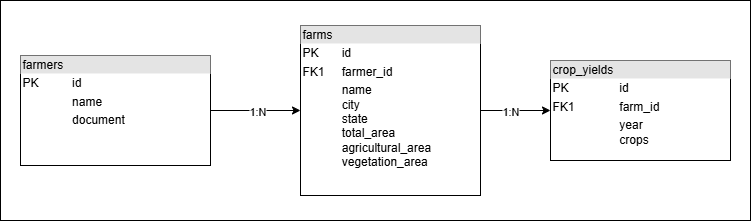
This is docs/assets/database/logical-model.png from gui10l1/brain-agriculture-backend, a draw.io export, as it was before one commit. Source tidied: cells renumbered, new cells last; positions are measured from the earlier drawing's top-left corner, leaving out a move shared by most shapes.
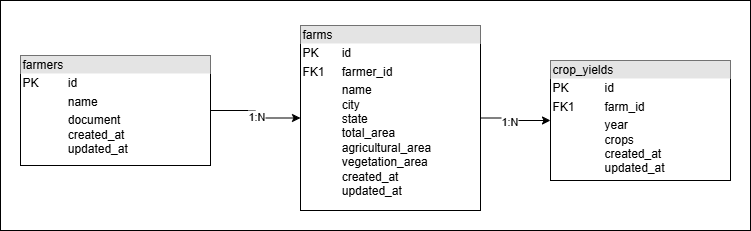
Later version of the same file.

Commit message:
update: logical database model

Diff of the diagram source:
```diff
@@ -3,7 +3,7 @@
     <mxCell id="0" />
     <mxCell id="1" parent="0" />
     <mxCell id="2" style="rounded=0;whiteSpace=wrap;html=1;" parent="1" vertex="1">
-      <mxGeometry width="750" height="220" as="geometry" />
+      <mxGeometry width="750" height="230" as="geometry" />
     </mxCell>
     <mxCell id="3" style="edgeStyle=orthogonalEdgeStyle;rounded=0;jettySize=auto;html=1;" parent="1" edge="1" source="5" target="8">
       <mxGeometry relative="1" as="geometry" />
@@ -11,7 +11,7 @@
     <mxCell id="4" value="1:N" style="edgeLabel;html=1;align=center;verticalAlign=middle;" parent="3" vertex="1">
       <mxGeometry x="0.02" relative="1" as="geometry" />
     </mxCell>
-    <mxCell id="5" value="&lt;div style=&quot;box-sizing: border-box; width: 100%; background: rgb(228, 228, 228); padding: 2px;&quot;&gt;farmers&lt;/div&gt;&lt;table style=&quot;width:100%;font-size:1em;&quot; cellpadding=&quot;2&quot; cellspacing=&quot;0&quot;&gt;&lt;tbody&gt;&lt;tr&gt;&lt;td&gt;PK&lt;/td&gt;&lt;td&gt;id&lt;/td&gt;&lt;/tr&gt;&lt;tr&gt;&lt;td&gt;&lt;br&gt;&lt;/td&gt;&lt;td&gt;name&lt;/td&gt;&lt;/tr&gt;&lt;tr&gt;&lt;td&gt;&lt;/td&gt;&lt;td&gt;document&lt;br&gt;&lt;br&gt;&lt;/td&gt;&lt;/tr&gt;&lt;/tbody&gt;&lt;/table&gt;" style="verticalAlign=top;align=left;overflow=fill;html=1;whiteSpace=wrap;" parent="1" vertex="1">
+    <mxCell id="5" value="&lt;div style=&quot;box-sizing: border-box; width: 100%; background: rgb(228, 228, 228); padding: 2px;&quot;&gt;farmers&lt;/div&gt;&lt;table style=&quot;width:100%;font-size:1em;&quot; cellpadding=&quot;2&quot; cellspacing=&quot;0&quot;&gt;&lt;tbody&gt;&lt;tr&gt;&lt;td&gt;PK&lt;/td&gt;&lt;td&gt;id&lt;/td&gt;&lt;/tr&gt;&lt;tr&gt;&lt;td&gt;&lt;br&gt;&lt;/td&gt;&lt;td&gt;name&lt;/td&gt;&lt;/tr&gt;&lt;tr&gt;&lt;td&gt;&lt;/td&gt;&lt;td&gt;document&lt;br&gt;created_at&lt;br&gt;updated_at&lt;br&gt;&lt;br&gt;&lt;/td&gt;&lt;/tr&gt;&lt;/tbody&gt;&lt;/table&gt;" style="verticalAlign=top;align=left;overflow=fill;html=1;whiteSpace=wrap;" parent="1" vertex="1">
       <mxGeometry x="20" y="55" width="190" height="110" as="geometry" />
     </mxCell>
     <mxCell id="6" style="edgeStyle=orthogonalEdgeStyle;rounded=0;jettySize=auto;html=1;" parent="1" edge="1" source="8" target="9">
@@ -22,11 +22,11 @@
         <mxPoint x="-7" y="-2" as="offset" />
       </mxGeometry>
     </mxCell>
-    <mxCell id="8" value="&lt;div style=&quot;box-sizing: border-box; width: 100%; background: rgb(228, 228, 228); padding: 2px;&quot;&gt;farms&lt;/div&gt;&lt;table style=&quot;width:100%;font-size:1em;&quot; cellpadding=&quot;2&quot; cellspacing=&quot;0&quot;&gt;&lt;tbody&gt;&lt;tr&gt;&lt;td&gt;PK&lt;/td&gt;&lt;td&gt;id&lt;/td&gt;&lt;/tr&gt;&lt;tr&gt;&lt;td&gt;FK1&lt;/td&gt;&lt;td&gt;farmer_id&lt;/td&gt;&lt;/tr&gt;&lt;tr&gt;&lt;td&gt;&lt;br&gt;&lt;/td&gt;&lt;td&gt;name&lt;br&gt;city&lt;br&gt;state&lt;br&gt;total_area&lt;br&gt;agricultural_area&lt;br&gt;vegetation_area&lt;br&gt;&lt;br&gt;&lt;br&gt;&lt;/td&gt;&lt;/tr&gt;&lt;/tbody&gt;&lt;/table&gt;" style="verticalAlign=top;align=left;overflow=fill;html=1;whiteSpace=wrap;" parent="1" vertex="1">
-      <mxGeometry x="300" y="25" width="180" height="170" as="geometry" />
+    <mxCell id="8" value="&lt;div style=&quot;box-sizing: border-box; width: 100%; background: rgb(228, 228, 228); padding: 2px;&quot;&gt;farms&lt;/div&gt;&lt;table style=&quot;width:100%;font-size:1em;&quot; cellpadding=&quot;2&quot; cellspacing=&quot;0&quot;&gt;&lt;tbody&gt;&lt;tr&gt;&lt;td&gt;PK&lt;/td&gt;&lt;td&gt;id&lt;/td&gt;&lt;/tr&gt;&lt;tr&gt;&lt;td&gt;FK1&lt;/td&gt;&lt;td&gt;farmer_id&lt;/td&gt;&lt;/tr&gt;&lt;tr&gt;&lt;td&gt;&lt;br&gt;&lt;/td&gt;&lt;td&gt;name&lt;br&gt;city&lt;br&gt;state&lt;br&gt;total_area&lt;br&gt;agricultural_area&lt;br&gt;vegetation_area&lt;br&gt;created_at&lt;br&gt;updated_at&lt;br&gt;&lt;/td&gt;&lt;/tr&gt;&lt;/tbody&gt;&lt;/table&gt;" style="verticalAlign=top;align=left;overflow=fill;html=1;whiteSpace=wrap;" parent="1" vertex="1">
+      <mxGeometry x="300" y="25" width="180" height="185" as="geometry" />
     </mxCell>
-    <mxCell id="9" value="&lt;div style=&quot;box-sizing: border-box; width: 100%; background: rgb(228, 228, 228); padding: 2px;&quot;&gt;crop_yields&lt;/div&gt;&lt;table style=&quot;width:100%;font-size:1em;&quot; cellpadding=&quot;2&quot; cellspacing=&quot;0&quot;&gt;&lt;tbody&gt;&lt;tr&gt;&lt;td&gt;PK&lt;/td&gt;&lt;td&gt;id&lt;/td&gt;&lt;/tr&gt;&lt;tr&gt;&lt;td&gt;FK1&lt;/td&gt;&lt;td&gt;farm_id&lt;/td&gt;&lt;/tr&gt;&lt;tr&gt;&lt;td&gt;&lt;/td&gt;&lt;td&gt;year&lt;br&gt;crops&lt;/td&gt;&lt;/tr&gt;&lt;/tbody&gt;&lt;/table&gt;" style="verticalAlign=top;align=left;overflow=fill;html=1;whiteSpace=wrap;" parent="1" vertex="1">
-      <mxGeometry x="550" y="60" width="180" height="100" as="geometry" />
+    <mxCell id="9" value="&lt;div style=&quot;box-sizing: border-box; width: 100%; background: rgb(228, 228, 228); padding: 2px;&quot;&gt;crop_yields&lt;/div&gt;&lt;table style=&quot;width:100%;font-size:1em;&quot; cellpadding=&quot;2&quot; cellspacing=&quot;0&quot;&gt;&lt;tbody&gt;&lt;tr&gt;&lt;td&gt;PK&lt;/td&gt;&lt;td&gt;id&lt;/td&gt;&lt;/tr&gt;&lt;tr&gt;&lt;td&gt;FK1&lt;/td&gt;&lt;td&gt;farm_id&lt;/td&gt;&lt;/tr&gt;&lt;tr&gt;&lt;td&gt;&lt;/td&gt;&lt;td&gt;year&lt;br&gt;crops&lt;br&gt;created_at&lt;br&gt;updated_at&lt;/td&gt;&lt;/tr&gt;&lt;/tbody&gt;&lt;/table&gt;" style="verticalAlign=top;align=left;overflow=fill;html=1;whiteSpace=wrap;" parent="1" vertex="1">
+      <mxGeometry x="550" y="60" width="180" height="120" as="geometry" />
     </mxCell>
   </root>
 </mxGraphModel>
```
